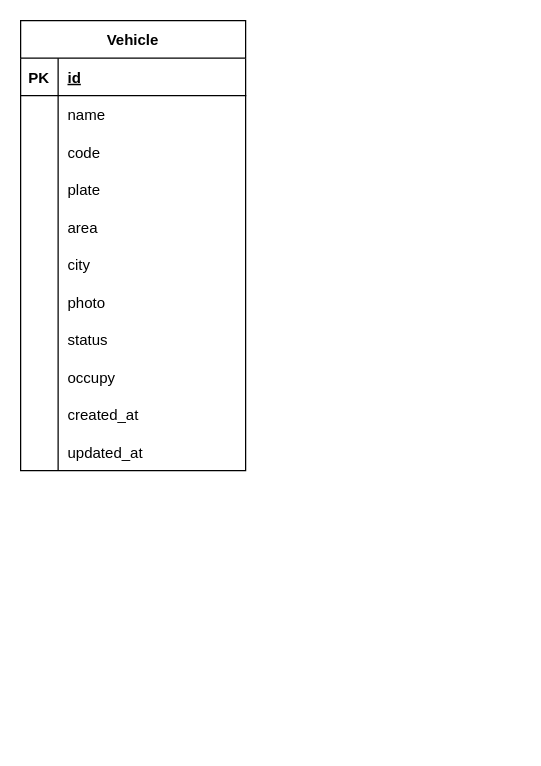
Above: 个人研究院/little_car/little_car_db.drawio in wurh/myDesignDoc (draw.io), before the change. Source tidied: cells renumbered, new cells numbered last; positions are measured from the earlier drawing's top-left corner, leaving out a move shared by most shapes. Both pictures are drawn from the tidied source at 125%, with x=0, y=0 at pixel (20, 20).
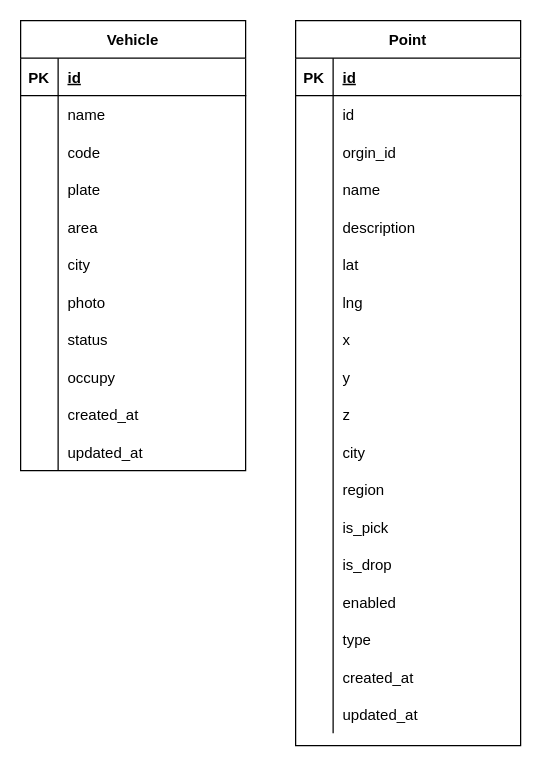
Above is the later version.

Commit message:
【UPD】 update add point table

update add point table

Diff of the diagram source:
```diff
@@
+    <mxCell id="36" value="Point" style="shape=table;startSize=30;childLayout=tableLayout;rowLines=0;fontStyle=1;align=center;" parent="1" vertex="1">
+      <mxGeometry x="220" width="180" height="580" as="geometry" />
+    </mxCell>
+    <mxCell id="37" style="shape=partialRectangle;fillColor=none;top=0;left=0;bottom=1;right=0;" parent="36" vertex="1">
+      <mxGeometry y="30" width="180" height="30" as="geometry" />
+    </mxCell>
+    <mxCell id="38" value="PK" style="shape=partialRectangle;fillColor=none;top=0;left=0;bottom=0;right=0;fontStyle=1;overflow=hidden;" parent="37" vertex="1">
+      <mxGeometry width="30" height="30" as="geometry" />
+    </mxCell>
+    <mxCell id="39" value="id" style="shape=partialRectangle;fillColor=none;top=0;left=0;bottom=0;right=0;align=left;spacingLeft=6;fontStyle=5;overflow=hidden;" parent="37" vertex="1">
+      <mxGeometry x="30" width="150" height="30" as="geometry" />
+    </mxCell>
+    <mxCell id="40" style="shape=partialRectangle;fillColor=none;top=0;left=0;bottom=0;right=0;" parent="36" vertex="1">
+      <mxGeometry y="60" width="180" height="30" as="geometry" />
+    </mxCell>
+    <mxCell id="41" style="shape=partialRectangle;fillColor=none;top=0;left=0;bottom=0;right=0;overflow=hidden;" parent="40" vertex="1">
+      <mxGeometry width="30" height="30" as="geometry" />
+    </mxCell>
+    <mxCell id="42" value="id" style="shape=partialRectangle;fillColor=none;top=0;left=0;bottom=0;right=0;align=left;spacingLeft=6;overflow=hidden;" parent="40" vertex="1">
+      <mxGeometry x="30" width="150" height="30" as="geometry" />
+    </mxCell>
+    <mxCell id="43" style="shape=partialRectangle;fillColor=none;top=0;left=0;bottom=0;right=0;" parent="36" vertex="1">
+      <mxGeometry y="90" width="180" height="30" as="geometry" />
+    </mxCell>
+    <mxCell id="44" style="shape=partialRectangle;fillColor=none;top=0;left=0;bottom=0;right=0;overflow=hidden;" parent="43" vertex="1">
+      <mxGeometry width="30" height="30" as="geometry" />
+    </mxCell>
+    <mxCell id="45" value="orgin_id" style="shape=partialRectangle;fillColor=none;top=0;left=0;bottom=0;right=0;align=left;spacingLeft=6;overflow=hidden;" parent="43" vertex="1">
+      <mxGeometry x="30" width="150" height="30" as="geometry" />
+    </mxCell>
+    <mxCell id="46" style="shape=partialRectangle;fillColor=none;top=0;left=0;bottom=0;right=0;" parent="36" vertex="1">
+      <mxGeometry y="120" width="180" height="30" as="geometry" />
+    </mxCell>
+    <mxCell id="47" style="shape=partialRectangle;fillColor=none;top=0;left=0;bottom=0;right=0;overflow=hidden;" parent="46" vertex="1">
+      <mxGeometry width="30" height="30" as="geometry" />
+    </mxCell>
+    <mxCell id="48" value="name" style="shape=partialRectangle;fillColor=none;top=0;left=0;bottom=0;right=0;align=left;spacingLeft=6;overflow=hidden;" parent="46" vertex="1">
+      <mxGeometry x="30" width="150" height="30" as="geometry" />
+    </mxCell>
+    <mxCell id="49" style="shape=partialRectangle;fillColor=none;top=0;left=0;bottom=0;right=0;" parent="36" vertex="1">
+      <mxGeometry y="150" width="180" height="30" as="geometry" />
+    </mxCell>
+    <mxCell id="50" style="shape=partialRectangle;fillColor=none;top=0;left=0;bottom=0;right=0;overflow=hidden;" parent="49" vertex="1">
+      <mxGeometry width="30" height="30" as="geometry" />
+    </mxCell>
+    <mxCell id="51" value="description" style="shape=partialRectangle;fillColor=none;top=0;left=0;bottom=0;right=0;align=left;spacingLeft=6;overflow=hidden;" parent="49" vertex="1">
+      <mxGeometry x="30" width="150" height="30" as="geometry" />
+    </mxCell>
+    <mxCell id="52" style="shape=partialRectangle;fillColor=none;top=0;left=0;bottom=0;right=0;" parent="36" vertex="1">
+      <mxGeometry y="180" width="180" height="30" as="geometry" />
+    </mxCell>
+    <mxCell id="53" style="shape=partialRectangle;fillColor=none;top=0;left=0;bottom=0;right=0;overflow=hidden;" parent="52" vertex="1">
+      <mxGeometry width="30" height="30" as="geometry" />
+    </mxCell>
+    <mxCell id="54" value="lat" style="shape=partialRectangle;fillColor=none;top=0;left=0;bottom=0;right=0;align=left;spacingLeft=6;overflow=hidden;" parent="52" vertex="1">
+      <mxGeometry x="30" width="150" height="30" as="geometry" />
+    </mxCell>
+    <mxCell id="55" style="shape=partialRectangle;fillColor=none;top=0;left=0;bottom=0;right=0;" parent="36" vertex="1">
+      <mxGeometry y="210" width="180" height="30" as="geometry" />
+    </mxCell>
+    <mxCell id="56" style="shape=partialRectangle;fillColor=none;top=0;left=0;bottom=0;right=0;overflow=hidden;" parent="55" vertex="1">
+      <mxGeometry width="30" height="30" as="geometry" />
+    </mxCell>
+    <mxCell id="57" value="lng" style="shape=partialRectangle;fillColor=none;top=0;left=0;bottom=0;right=0;align=left;spacingLeft=6;overflow=hidden;" parent="55" vertex="1">
+      <mxGeometry x="30" width="150" height="30" as="geometry" />
+    </mxCell>
+    <mxCell id="58" style="shape=partialRectangle;fillColor=none;top=0;left=0;bottom=0;right=0;" parent="36" vertex="1">
+      <mxGeometry y="240" width="180" height="30" as="geometry" />
+    </mxCell>
+    <mxCell id="59" style="shape=partialRectangle;fillColor=none;top=0;left=0;bottom=0;right=0;overflow=hidden;" parent="58" vertex="1">
+      <mxGeometry width="30" height="30" as="geometry" />
+    </mxCell>
+    <mxCell id="60" value="x" style="shape=partialRectangle;fillColor=none;top=0;left=0;bottom=0;right=0;align=left;spacingLeft=6;overflow=hidden;" parent="58" vertex="1">
+      <mxGeometry x="30" width="150" height="30" as="geometry" />
+    </mxCell>
+    <mxCell id="61" style="shape=partialRectangle;fillColor=none;top=0;left=0;bottom=0;right=0;" parent="36" vertex="1">
+      <mxGeometry y="270" width="180" height="30" as="geometry" />
+    </mxCell>
+    <mxCell id="62" style="shape=partialRectangle;fillColor=none;top=0;left=0;bottom=0;right=0;overflow=hidden;" parent="61" vertex="1">
+      <mxGeometry width="30" height="30" as="geometry" />
+    </mxCell>
+    <mxCell id="63" value="y" style="shape=partialRectangle;fillColor=none;top=0;left=0;bottom=0;right=0;align=left;spacingLeft=6;overflow=hidden;" parent="61" vertex="1">
+      <mxGeometry x="30" width="150" height="30" as="geometry" />
+    </mxCell>
+    <mxCell id="64" style="shape=partialRectangle;fillColor=none;top=0;left=0;bottom=0;right=0;" parent="36" vertex="1">
+      <mxGeometry y="300" width="180" height="30" as="geometry" />
+    </mxCell>
+    <mxCell id="65" style="shape=partialRectangle;fillColor=none;top=0;left=0;bottom=0;right=0;overflow=hidden;" parent="64" vertex="1">
+      <mxGeometry width="30" height="30" as="geometry" />
+    </mxCell>
+    <mxCell id="66" value="z" style="shape=partialRectangle;fillColor=none;top=0;left=0;bottom=0;right=0;align=left;spacingLeft=6;overflow=hidden;" parent="64" vertex="1">
+      <mxGeometry x="30" width="150" height="30" as="geometry" />
+    </mxCell>
+    <mxCell id="67" style="shape=partialRectangle;fillColor=none;top=0;left=0;bottom=0;right=0;" parent="36" vertex="1">
+      <mxGeometry y="330" width="180" height="30" as="geometry" />
+    </mxCell>
+    <mxCell id="68" style="shape=partialRectangle;fillColor=none;top=0;left=0;bottom=0;right=0;overflow=hidden;" parent="67" vertex="1">
+      <mxGeometry width="30" height="30" as="geometry" />
+    </mxCell>
+    <mxCell id="69" value="city" style="shape=partialRectangle;fillColor=none;top=0;left=0;bottom=0;right=0;align=left;spacingLeft=6;overflow=hidden;" parent="67" vertex="1">
+      <mxGeometry x="30" width="150" height="30" as="geometry" />
+    </mxCell>
+    <mxCell id="70" style="shape=partialRectangle;fillColor=none;top=0;left=0;bottom=0;right=0;" parent="36" vertex="1">
+      <mxGeometry y="360" width="180" height="30" as="geometry" />
+    </mxCell>
+    <mxCell id="71" style="shape=partialRectangle;fillColor=none;top=0;left=0;bottom=0;right=0;overflow=hidden;" parent="70" vertex="1">
+      <mxGeometry width="30" height="30" as="geometry" />
+    </mxCell>
+    <mxCell id="72" value="region" style="shape=partialRectangle;fillColor=none;top=0;left=0;bottom=0;right=0;align=left;spacingLeft=6;overflow=hidden;" parent="70" vertex="1">
+      <mxGeometry x="30" width="150" height="30" as="geometry" />
+    </mxCell>
+    <mxCell id="73" style="shape=partialRectangle;fillColor=none;top=0;left=0;bottom=0;right=0;" parent="36" vertex="1">
+      <mxGeometry y="390" width="180" height="30" as="geometry" />
+    </mxCell>
+    <mxCell id="74" style="shape=partialRectangle;fillColor=none;top=0;left=0;bottom=0;right=0;overflow=hidden;" parent="73" vertex="1">
+      <mxGeometry width="30" height="30" as="geometry" />
+    </mxCell>
+    <mxCell id="75" value="is_pick" style="shape=partialRectangle;fillColor=none;top=0;left=0;bottom=0;right=0;align=left;spacingLeft=6;overflow=hidden;" parent="73" vertex="1">
+      <mxGeometry x="30" width="150" height="30" as="geometry" />
+    </mxCell>
+    <mxCell id="76" style="shape=partialRectangle;fillColor=none;top=0;left=0;bottom=0;right=0;" parent="36" vertex="1">
+      <mxGeometry y="420" width="180" height="30" as="geometry" />
+    </mxCell>
+    <mxCell id="77" style="shape=partialRectangle;fillColor=none;top=0;left=0;bottom=0;right=0;overflow=hidden;" parent="76" vertex="1">
+      <mxGeometry width="30" height="30" as="geometry" />
+    </mxCell>
+    <mxCell id="78" value="is_drop" style="shape=partialRectangle;fillColor=none;top=0;left=0;bottom=0;right=0;align=left;spacingLeft=6;overflow=hidden;" parent="76" vertex="1">
+      <mxGeometry x="30" width="150" height="30" as="geometry" />
+    </mxCell>
+    <mxCell id="79" style="shape=partialRectangle;fillColor=none;top=0;left=0;bottom=0;right=0;" parent="36" vertex="1">
+      <mxGeometry y="450" width="180" height="30" as="geometry" />
+    </mxCell>
+    <mxCell id="80" style="shape=partialRectangle;fillColor=none;top=0;left=0;bottom=0;right=0;overflow=hidden;" parent="79" vertex="1">
+      <mxGeometry width="30" height="30" as="geometry" />
+    </mxCell>
+    <mxCell id="81" value="enabled" style="shape=partialRectangle;fillColor=none;top=0;left=0;bottom=0;right=0;align=left;spacingLeft=6;overflow=hidden;" parent="79" vertex="1">
+      <mxGeometry x="30" width="150" height="30" as="geometry" />
+    </mxCell>
+    <mxCell id="82" style="shape=partialRectangle;fillColor=none;top=0;left=0;bottom=0;right=0;" parent="36" vertex="1">
+      <mxGeometry y="480" width="180" height="30" as="geometry" />
+    </mxCell>
+    <mxCell id="83" style="shape=partialRectangle;fillColor=none;top=0;left=0;bottom=0;right=0;overflow=hidden;" parent="82" vertex="1">
+      <mxGeometry width="30" height="30" as="geometry" />
+    </mxCell>
+    <mxCell id="84" value="type" style="shape=partialRectangle;fillColor=none;top=0;left=0;bottom=0;right=0;align=left;spacingLeft=6;overflow=hidden;" parent="82" vertex="1">
+      <mxGeometry x="30" width="150" height="30" as="geometry" />
+    </mxCell>
+    <mxCell id="85" style="shape=partialRectangle;fillColor=none;top=0;left=0;bottom=0;right=0;" parent="36" vertex="1">
+      <mxGeometry y="510" width="180" height="30" as="geometry" />
+    </mxCell>
+    <mxCell id="86" style="shape=partialRectangle;fillColor=none;top=0;left=0;bottom=0;right=0;overflow=hidden;" parent="85" vertex="1">
+      <mxGeometry width="30" height="30" as="geometry" />
+    </mxCell>
+    <mxCell id="87" value="created_at" style="shape=partialRectangle;fillColor=none;top=0;left=0;bottom=0;right=0;align=left;spacingLeft=6;overflow=hidden;" parent="85" vertex="1">
+      <mxGeometry x="30" width="150" height="30" as="geometry" />
+    </mxCell>
+    <mxCell id="88" style="shape=partialRectangle;fillColor=none;top=0;left=0;bottom=0;right=0;" parent="36" vertex="1">
+      <mxGeometry y="540" width="180" height="30" as="geometry" />
+    </mxCell>
+    <mxCell id="89" style="shape=partialRectangle;fillColor=none;top=0;left=0;bottom=0;right=0;overflow=hidden;" parent="88" vertex="1">
+      <mxGeometry width="30" height="30" as="geometry" />
+    </mxCell>
+    <mxCell id="90" value="updated_at" style="shape=partialRectangle;fillColor=none;top=0;left=0;bottom=0;right=0;align=left;spacingLeft=6;overflow=hidden;" parent="88" vertex="1">
+      <mxGeometry x="30" width="150" height="30" as="geometry" />
+    </mxCell>
```
